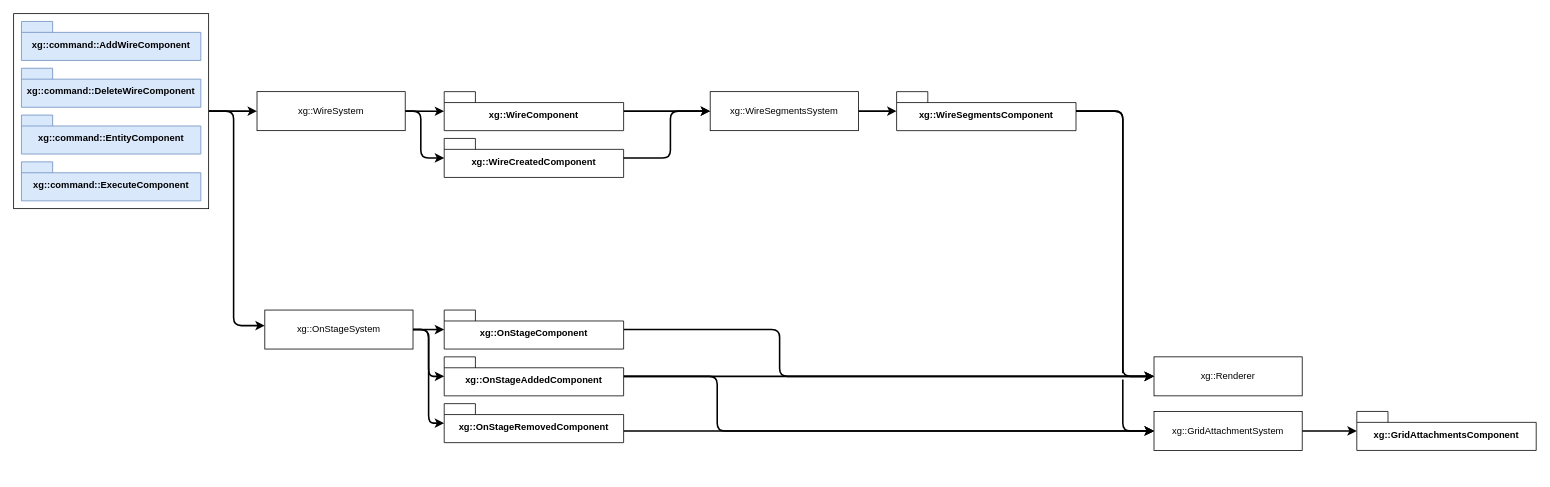
The draw.io diagram design/wire.drawio in djfooks-kl/breadboard, before the edit. Source tidied: cells renumbered, new cells numbered last; positions are measured from the earlier drawing's top-left corner, leaving out a move shared by most shapes. Both pictures are drawn from the tidied source at 78%, with x=0, y=0 at pixel (13, 13).
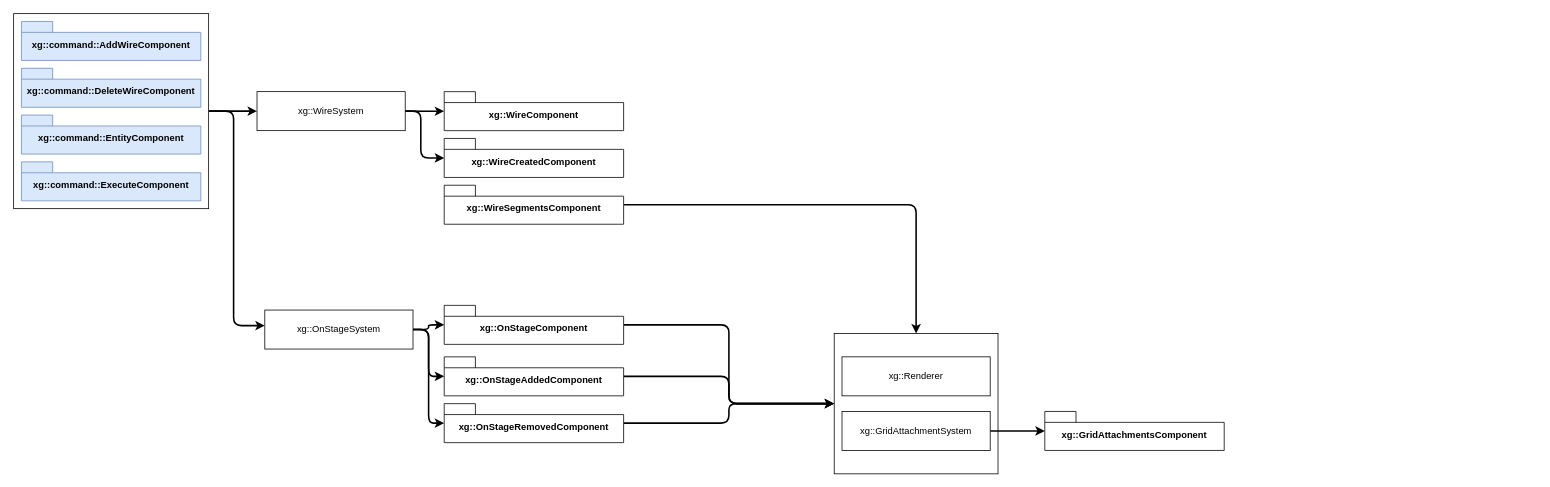
The same page after the edit.

Unchanged cells that the change refers to:
```xml
<mxCell id="11" value="xg::WireComponent" style="shape=folder;fontStyle=1;spacingTop=10;tabWidth=40;tabHeight=14;tabPosition=left;html=1;whiteSpace=wrap;" parent="1" vertex="1">
  <mxGeometry x="552" y="100" width="230" height="50" as="geometry" />
</mxCell>
<mxCell id="22" value="xg::WireCreatedComponent" style="shape=folder;fontStyle=1;spacingTop=10;tabWidth=40;tabHeight=14;tabPosition=left;html=1;whiteSpace=wrap;" parent="1" vertex="1">
  <mxGeometry x="552" y="160" width="230" height="50" as="geometry" />
</mxCell>
<mxCell id="26" value="xg::OnStageAddedComponent" style="shape=folder;fontStyle=1;spacingTop=10;tabWidth=40;tabHeight=14;tabPosition=left;html=1;whiteSpace=wrap;" parent="1" vertex="1">
  <mxGeometry x="552" y="440" width="230" height="50" as="geometry" />
</mxCell>
<mxCell id="35" value="xg::OnStageRemovedComponent" style="shape=folder;fontStyle=1;spacingTop=10;tabWidth=40;tabHeight=14;tabPosition=left;html=1;whiteSpace=wrap;" parent="1" vertex="1">
  <mxGeometry x="552" y="500" width="230" height="50" as="geometry" />
</mxCell>
```

Diff of the diagram source:
```diff
@@
-    <mxCell id="2" style="edgeStyle=orthogonalEdgeStyle;shape=connector;curved=0;rounded=1;jettySize=auto;html=1;strokeColor=default;strokeWidth=2;align=center;verticalAlign=middle;fontFamily=Helvetica;fontSize=11;fontColor=default;labelBackgroundColor=default;endArrow=classic;jumpStyle=gap;" parent="1" edge="1" source="33" target="14">
-      <mxGeometry relative="1" as="geometry">
-        <Array as="points">
-          <mxPoint x="1422" y="125" />
-          <mxPoint x="1422" y="465" />
-        </Array>
-      </mxGeometry>
-    </mxCell>
-    <mxCell id="3" style="edgeStyle=orthogonalEdgeStyle;shape=connector;curved=0;rounded=1;jettySize=auto;html=1;strokeColor=default;strokeWidth=2;align=center;verticalAlign=middle;fontFamily=Helvetica;fontSize=11;fontColor=default;labelBackgroundColor=default;endArrow=classic;jumpStyle=gap;" parent="1" edge="1" source="11" target="31">
-      <mxGeometry relative="1" as="geometry" />
-    </mxCell>
+    <mxCell id="36" style="rounded=0;whiteSpace=wrap;html=1;" parent="1" vertex="1">
+      <mxGeometry x="1052" y="410" width="210" height="180" as="geometry" />
+    </mxCell>
@@
     <mxCell id="14" value="xg::Renderer" style="html=1;whiteSpace=wrap;" parent="1" vertex="1">
-      <mxGeometry x="1462" y="440" width="190" height="50" as="geometry" />
+      <mxGeometry x="1062" y="440" width="190" height="50" as="geometry" />
     </mxCell>
@@
-    <mxCell id="20" style="edgeStyle=orthogonalEdgeStyle;shape=connector;curved=0;rounded=1;jettySize=auto;html=1;strokeColor=default;strokeWidth=2;align=center;verticalAlign=middle;fontFamily=Helvetica;fontSize=11;fontColor=default;labelBackgroundColor=default;endArrow=classic;jumpStyle=gap;" parent="1" edge="1" source="21" target="14">
-      <mxGeometry relative="1" as="geometry">
-        <Array as="points">
-          <mxPoint x="982" y="405" />
-          <mxPoint x="982" y="465" />
-        </Array>
-      </mxGeometry>
-    </mxCell>
+    <mxCell id="37" style="edgeStyle=orthogonalEdgeStyle;shape=connector;curved=0;rounded=1;jumpStyle=gap;jettySize=auto;html=1;strokeColor=default;strokeWidth=2;align=center;verticalAlign=middle;fontFamily=Helvetica;fontSize=11;fontColor=default;labelBackgroundColor=default;endArrow=classic;" parent="1" edge="1" source="21" target="36">
+      <mxGeometry relative="1" as="geometry" />
+    </mxCell>
     <mxCell id="21" value="xg::OnStageComponent" style="shape=folder;fontStyle=1;spacingTop=10;tabWidth=40;tabHeight=14;tabPosition=left;html=1;whiteSpace=wrap;" parent="1" vertex="1">
-      <mxGeometry x="552" y="380" width="230" height="50" as="geometry" />
+      <mxGeometry x="552" y="374" width="230" height="50" as="geometry" />
     </mxCell>
@@
-    <mxCell id="23" style="edgeStyle=orthogonalEdgeStyle;shape=connector;curved=0;rounded=1;jettySize=auto;html=1;strokeColor=default;strokeWidth=2;align=center;verticalAlign=middle;fontFamily=Helvetica;fontSize=11;fontColor=default;labelBackgroundColor=default;endArrow=classic;jumpStyle=gap;" parent="1" edge="1" source="22" target="31">
-      <mxGeometry relative="1" as="geometry">
-        <Array as="points">
-          <mxPoint x="842" y="185" />
-          <mxPoint x="842" y="125" />
-        </Array>
-      </mxGeometry>
-    </mxCell>
-    <mxCell id="24" style="edgeStyle=orthogonalEdgeStyle;shape=connector;curved=0;rounded=1;jumpStyle=gap;jettySize=auto;html=1;strokeColor=default;strokeWidth=2;align=center;verticalAlign=middle;fontFamily=Helvetica;fontSize=11;fontColor=default;labelBackgroundColor=default;endArrow=classic;" parent="1" edge="1" source="26" target="14">
-      <mxGeometry relative="1" as="geometry" />
-    </mxCell>
-    <mxCell id="25" style="edgeStyle=orthogonalEdgeStyle;shape=connector;curved=0;rounded=1;jumpStyle=gap;jettySize=auto;html=1;strokeColor=default;strokeWidth=2;align=center;verticalAlign=middle;fontFamily=Helvetica;fontSize=11;fontColor=default;labelBackgroundColor=default;endArrow=classic;" parent="1" edge="1" source="26" target="28">
-      <mxGeometry relative="1" as="geometry">
-        <Array as="points">
-          <mxPoint x="902" y="465" />
-          <mxPoint x="902" y="535" />
-        </Array>
-      </mxGeometry>
-    </mxCell>
+    <mxCell id="38" style="edgeStyle=orthogonalEdgeStyle;shape=connector;curved=0;rounded=1;jumpStyle=gap;jettySize=auto;html=1;strokeColor=default;strokeWidth=2;align=center;verticalAlign=middle;fontFamily=Helvetica;fontSize=11;fontColor=default;labelBackgroundColor=default;endArrow=classic;" parent="1" edge="1" source="26" target="36">
+      <mxGeometry relative="1" as="geometry" />
+    </mxCell>
@@
     <mxCell id="28" value="xg::GridAttachmentSystem" style="html=1;whiteSpace=wrap;" parent="1" vertex="1">
-      <mxGeometry x="1462" y="510" width="190" height="50" as="geometry" />
+      <mxGeometry x="1062" y="510" width="190" height="50" as="geometry" />
     </mxCell>
     <mxCell id="29" value="xg::GridAttachmentsComponent" style="shape=folder;fontStyle=1;spacingTop=10;tabWidth=40;tabHeight=14;tabPosition=left;html=1;whiteSpace=wrap;" parent="1" vertex="1">
-      <mxGeometry x="1722" y="510" width="230" height="50" as="geometry" />
+      <mxGeometry x="1322" y="510" width="230" height="50" as="geometry" />
     </mxCell>
-    <mxCell id="30" style="edgeStyle=orthogonalEdgeStyle;shape=connector;curved=0;rounded=1;jumpStyle=gap;jettySize=auto;html=1;strokeColor=default;strokeWidth=2;align=center;verticalAlign=middle;fontFamily=Helvetica;fontSize=11;fontColor=default;labelBackgroundColor=default;endArrow=classic;" parent="1" edge="1" source="31" target="33">
-      <mxGeometry relative="1" as="geometry" />
-    </mxCell>
-    <mxCell id="31" value="xg::WireSegmentsSystem" style="html=1;whiteSpace=wrap;" parent="1" vertex="1">
-      <mxGeometry x="893" y="100" width="190" height="50" as="geometry" />
-    </mxCell>
-    <mxCell id="32" style="edgeStyle=orthogonalEdgeStyle;shape=connector;curved=0;rounded=1;jumpStyle=gap;jettySize=auto;html=1;strokeColor=default;strokeWidth=2;align=center;verticalAlign=middle;fontFamily=Helvetica;fontSize=11;fontColor=default;labelBackgroundColor=default;endArrow=classic;" parent="1" edge="1" source="33" target="28">
-      <mxGeometry relative="1" as="geometry">
-        <Array as="points">
-          <mxPoint x="1422" y="125" />
-          <mxPoint x="1422" y="535" />
-        </Array>
-      </mxGeometry>
-    </mxCell>
+    <mxCell id="39" style="edgeStyle=orthogonalEdgeStyle;shape=connector;curved=0;rounded=1;jumpStyle=gap;jettySize=auto;html=1;strokeColor=default;strokeWidth=2;align=center;verticalAlign=middle;fontFamily=Helvetica;fontSize=11;fontColor=default;labelBackgroundColor=default;endArrow=classic;" parent="1" edge="1" source="33" target="36">
+      <mxGeometry relative="1" as="geometry" />
+    </mxCell>
     <mxCell id="33" value="xg::WireSegmentsComponent" style="shape=folder;fontStyle=1;spacingTop=10;tabWidth=40;tabHeight=14;tabPosition=left;html=1;whiteSpace=wrap;" parent="1" vertex="1">
-      <mxGeometry x="1132" y="100" width="230" height="50" as="geometry" />
+      <mxGeometry x="552" y="220" width="230" height="50" as="geometry" />
     </mxCell>
-    <mxCell id="34" style="edgeStyle=orthogonalEdgeStyle;shape=connector;curved=0;rounded=1;jumpStyle=gap;jettySize=auto;html=1;strokeColor=default;strokeWidth=2;align=center;verticalAlign=middle;fontFamily=Helvetica;fontSize=11;fontColor=default;labelBackgroundColor=default;endArrow=classic;" parent="1" edge="1" source="35" target="28">
-      <mxGeometry relative="1" as="geometry">
-        <Array as="points">
-          <mxPoint x="952" y="535" />
-          <mxPoint x="952" y="535" />
-        </Array>
-      </mxGeometry>
-    </mxCell>
+    <mxCell id="40" style="edgeStyle=orthogonalEdgeStyle;shape=connector;curved=0;rounded=1;jumpStyle=gap;jettySize=auto;html=1;strokeColor=default;strokeWidth=2;align=center;verticalAlign=middle;fontFamily=Helvetica;fontSize=11;fontColor=default;labelBackgroundColor=default;endArrow=classic;" parent="1" edge="1" source="35" target="36">
+      <mxGeometry relative="1" as="geometry" />
+    </mxCell>
```
